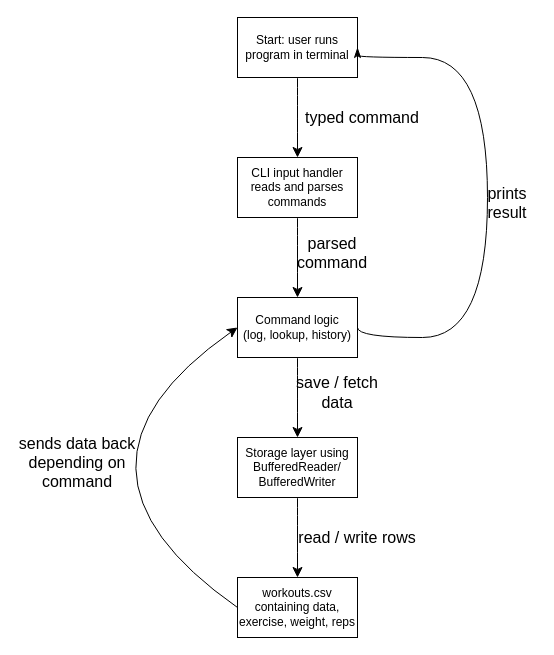
Before: docs/193systemdiagram.drawio.xml in ogawasan311/gym-tracker, a draw.io diagram. Source tidied: cells renumbered, new cells numbered last; positions are measured from the earlier drawing's top-left corner, leaving out a move shared by most shapes. Both pictures are drawn from the tidied source at 100%, with x=0, y=0 at pixel (17, 17).
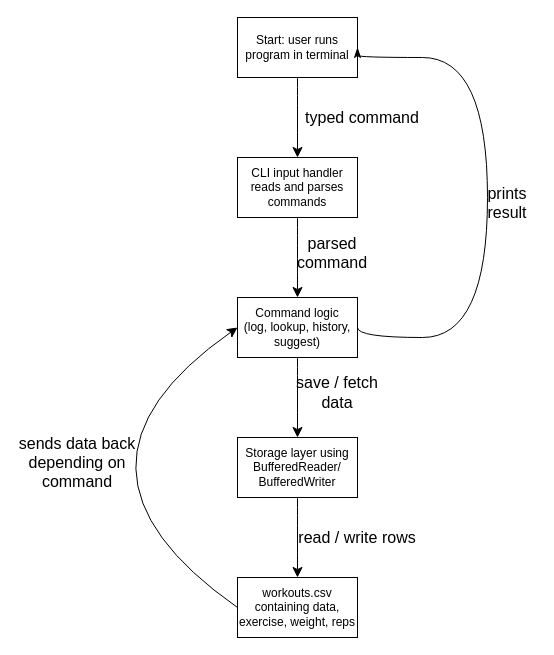
Above is the later version.

Commit message (it also covers changes not shown here):
Added suggest command to the system diagram

The edit, as a diff of the source:
```diff
@@
-    <mxCell id="7" value="Command logic&lt;div&gt;(log, lookup, history)&lt;/div&gt;" style="rounded=0;whiteSpace=wrap;html=1;fillColor=light-dark(#FFFFFF,#8686C7);" parent="1" vertex="1">
+    <mxCell id="7" value="Command logic&lt;div&gt;(log, lookup, history, suggest)&lt;/div&gt;" style="rounded=0;whiteSpace=wrap;html=1;fillColor=light-dark(#FFFFFF,#8686C7);" parent="1" vertex="1">
       <mxGeometry x="220" y="280" width="120" height="60" as="geometry" />
     </mxCell>
```
